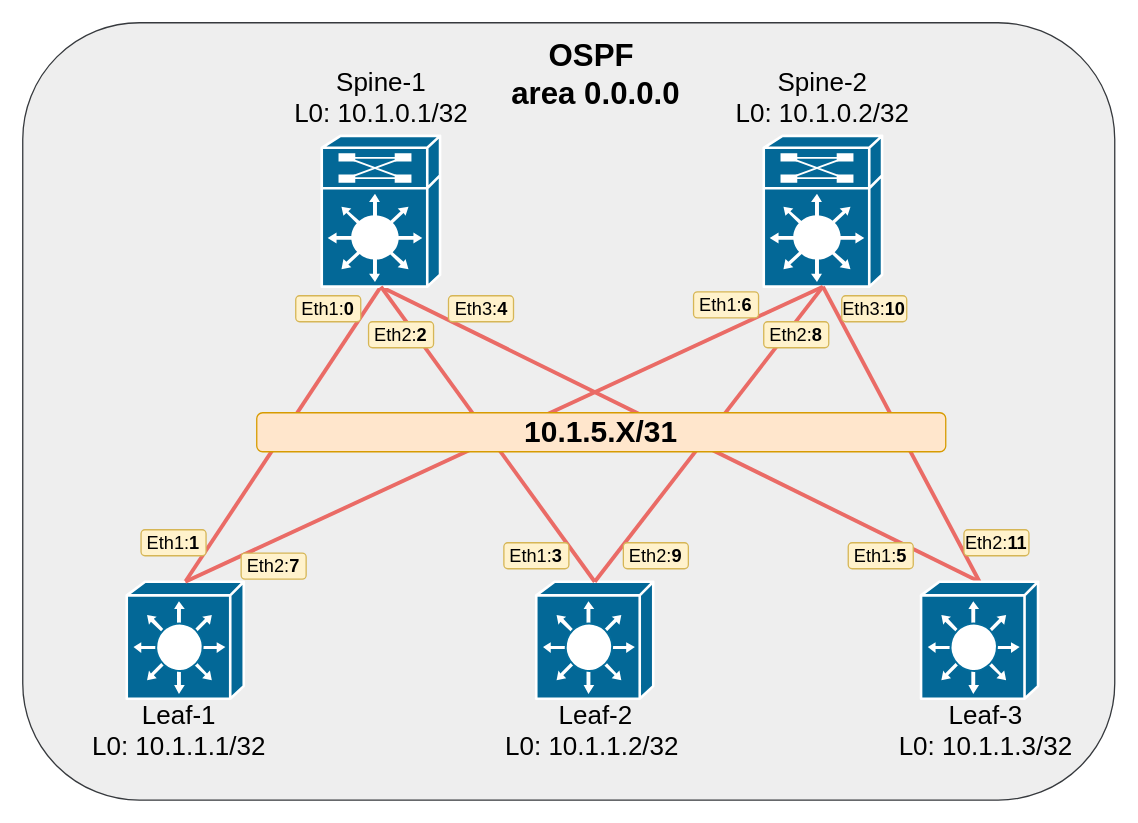
Tema-sudo/OTUS_DC_network_design keeps this draw.io diagram as lab_03/dz-3_topo_isis_clos.drawio. Above is the earlier version. Source tidied: cells renumbered, new cells numbered last; positions are measured from the earlier drawing's top-left corner, leaving out a move shared by most shapes. Both pictures are drawn from the tidied source at 130%, with x=0, y=0 at pixel (22, 22).
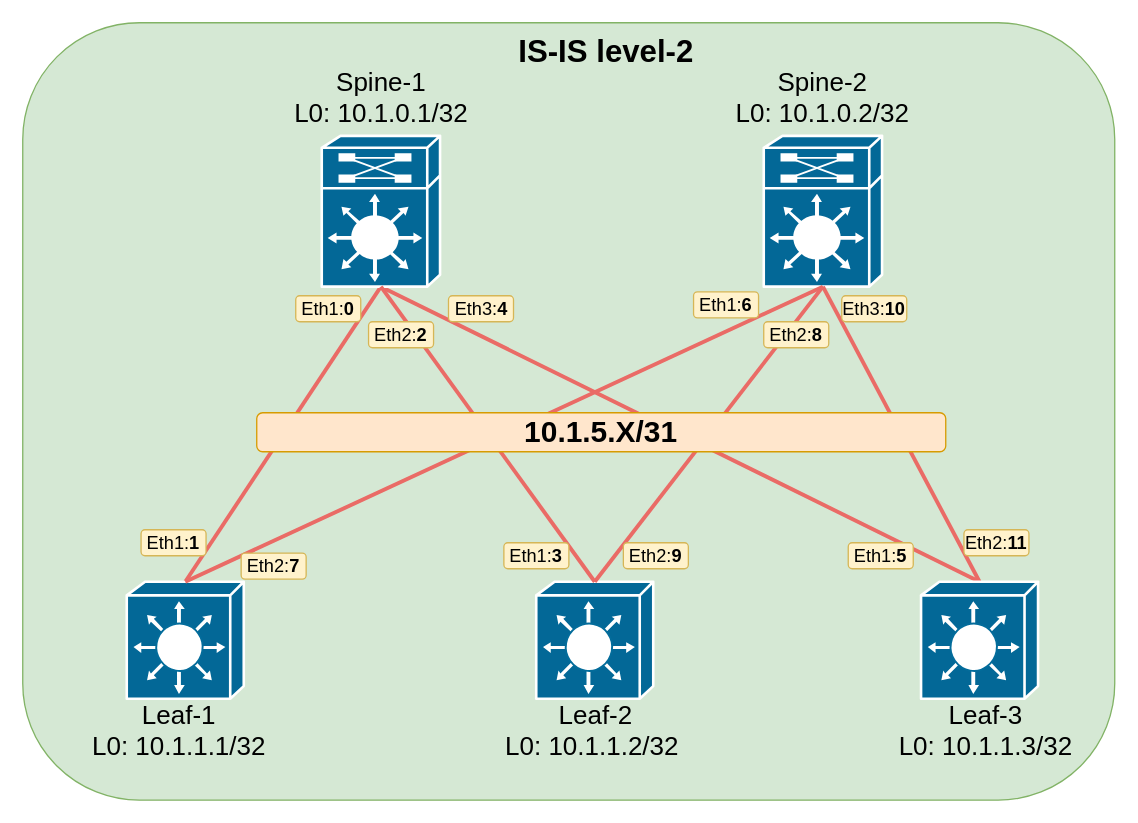
The same diagram, later.

The edit, as a diff of the source:
```diff
@@
-    <mxCell id="2" style="rounded=1;whiteSpace=wrap;html=1;hachureGap=4;fontFamily=Architects Daughter;fontSize=20;strokeColor=#36393d;fillColor=#eeeeee;" parent="1" vertex="1">
+    <mxCell id="2" style="rounded=1;whiteSpace=wrap;html=1;hachureGap=4;fontFamily=Architects Daughter;fontSize=20;strokeColor=#82b366;fillColor=#d5e8d4;" parent="1" vertex="1">
       <mxGeometry width="840" height="598" as="geometry" />
     </mxCell>
@@
-    <mxCell id="19" value="OSPF&amp;nbsp;&lt;br style=&quot;font-size: 24px;&quot;&gt;area 0.0.0.0" style="text;html=1;strokeColor=none;fillColor=none;align=center;verticalAlign=middle;whiteSpace=wrap;rounded=0;fontSize=24;fontFamily=Helvetica;horizontal=1;fontStyle=1;fontColor=#000000;" parent="1" vertex="1">
-      <mxGeometry x="370.1" y="20" width="141.8" height="40" as="geometry" />
+    <mxCell id="19" value="IS-IS level-2" style="text;html=1;strokeColor=none;fillColor=none;align=center;verticalAlign=middle;whiteSpace=wrap;rounded=0;fontSize=24;fontFamily=Helvetica;horizontal=1;fontStyle=1;fontColor=#000000;" parent="1" vertex="1">
+      <mxGeometry x="314" y="9" width="270" height="28" as="geometry" />
     </mxCell>
```
